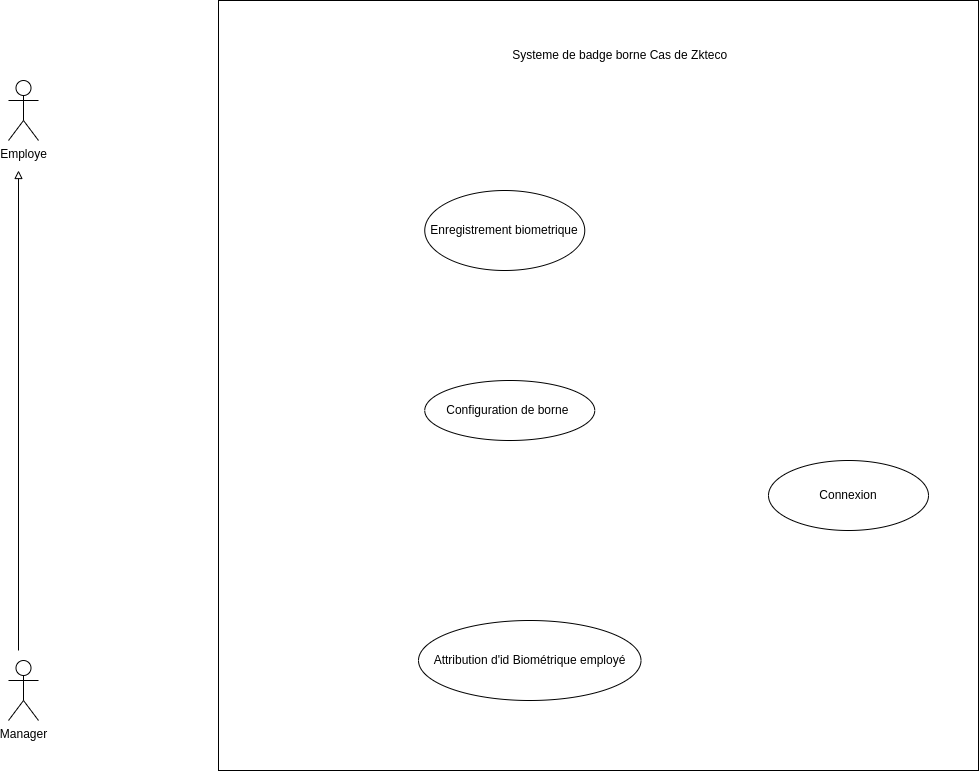
Before: static/UsecaseZkteco.drawio.png, a diagram exported from draw.io (Siluearsene/borne_biometrique). Source tidied: cells renumbered, new cells last; positions are measured from the earlier drawing's top-left corner, leaving out a move shared by most shapes.
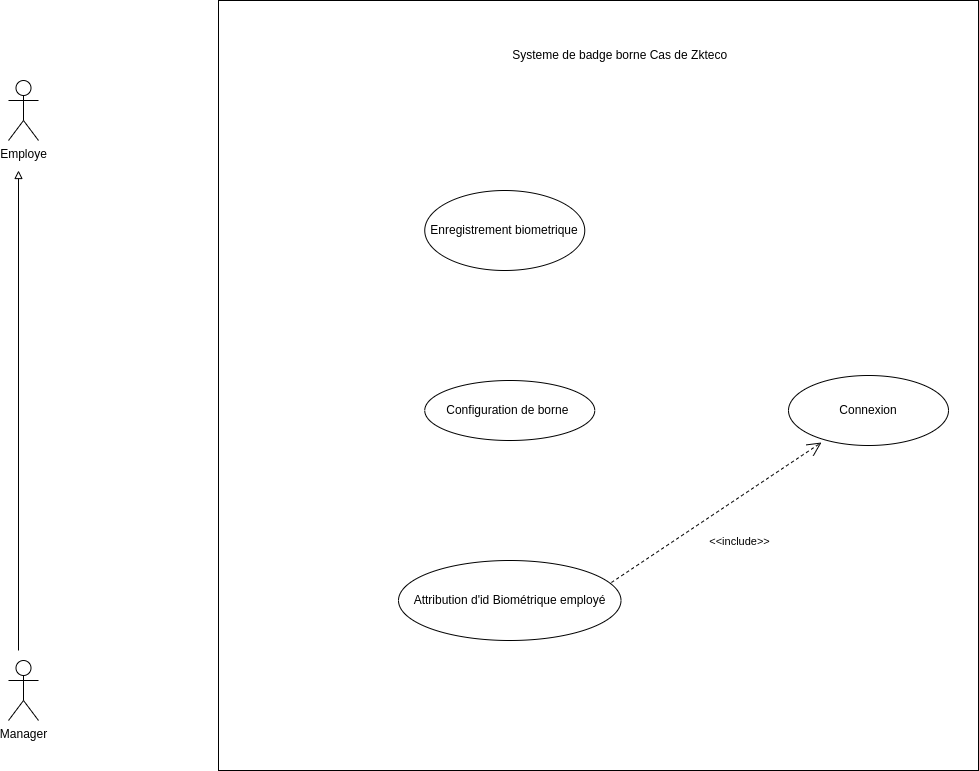
Above is the later version.

Commit message:
Mettre à jour UsecaseZkteco.drawio.png

The edit, as a diff of the source:
```diff
@@ -24,13 +24,21 @@
       <mxGeometry x="416.2" y="380" width="170" height="60" as="geometry" />
     </mxCell>
     <mxCell id="8" value="Attribution d'id Biométrique employé" style="ellipse;whiteSpace=wrap;html=1;" parent="1" vertex="1">
-      <mxGeometry x="410" y="620" width="222.5" height="80" as="geometry" />
+      <mxGeometry x="390" y="560" width="222.5" height="80" as="geometry" />
     </mxCell>
     <mxCell id="9" value="Enregistrement biometrique" style="ellipse;whiteSpace=wrap;html=1;" parent="1" vertex="1">
       <mxGeometry x="416.2" y="190" width="160" height="80" as="geometry" />
     </mxCell>
     <mxCell id="10" value="Connexion" style="ellipse;whiteSpace=wrap;html=1;" parent="1" vertex="1">
-      <mxGeometry x="760" y="460" width="160" height="70" as="geometry" />
+      <mxGeometry x="780" y="375" width="160" height="70" as="geometry" />
     </mxCell>
+    <mxCell id="11" style="endArrow=open;endFill=1;endSize=12;html=1;rounded=0;exitX=0.957;exitY=0.275;exitDx=0;exitDy=0;exitPerimeter=0;entryX=0.206;entryY=0.957;entryDx=0;entryDy=0;entryPerimeter=0;dashed=1;" parent="1" edge="1" source="8" target="10">
+      <mxGeometry relative="1" as="geometry" />
+    </mxCell>
+    <mxCell id="12" value="&amp;lt;&amp;lt;include&amp;gt;&amp;gt;" style="edgeLabel;html=1;align=center;verticalAlign=middle;" parent="11" vertex="1">
+      <mxGeometry x="-0.06" y="1" relative="1" as="geometry">
+        <mxPoint x="29" y="25" as="offset" />
+      </mxGeometry>
+    </mxCell>
   </root>
 </mxGraphModel>
```
